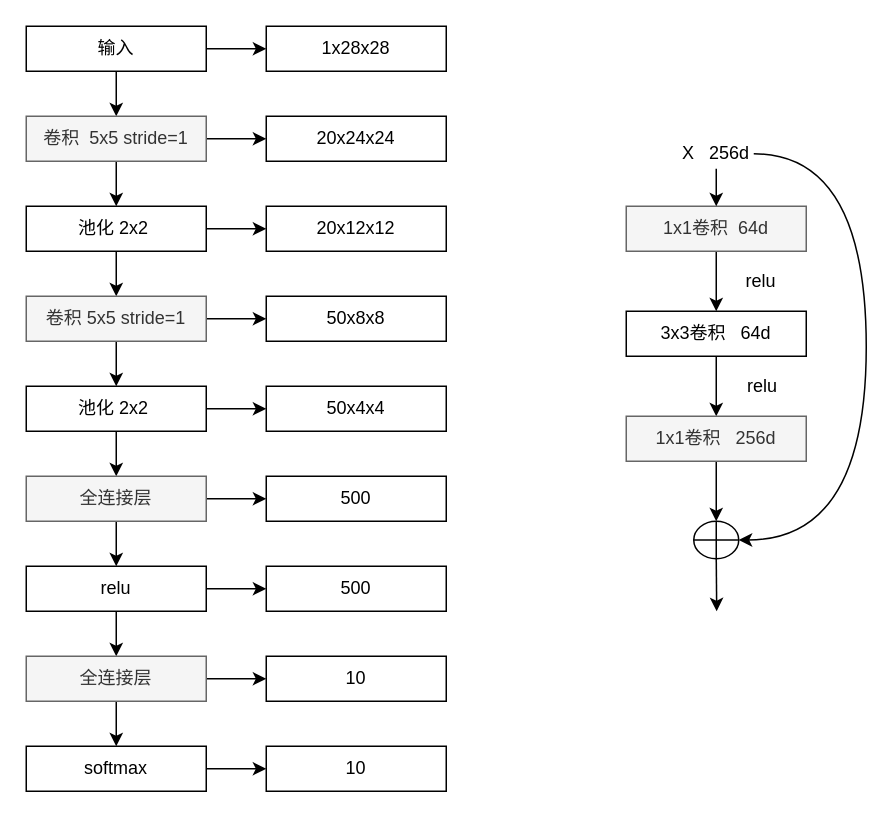
Before: lenet5 and bottlenet block.drawio in Arctanxy/-, a draw.io diagram. Source tidied: cells renumbered, new cells numbered last; positions are measured from the earlier drawing's top-left corner, leaving out a move shared by most shapes. Both pictures are drawn from the tidied source at 150%, with x=0, y=0 at pixel (26, 26).
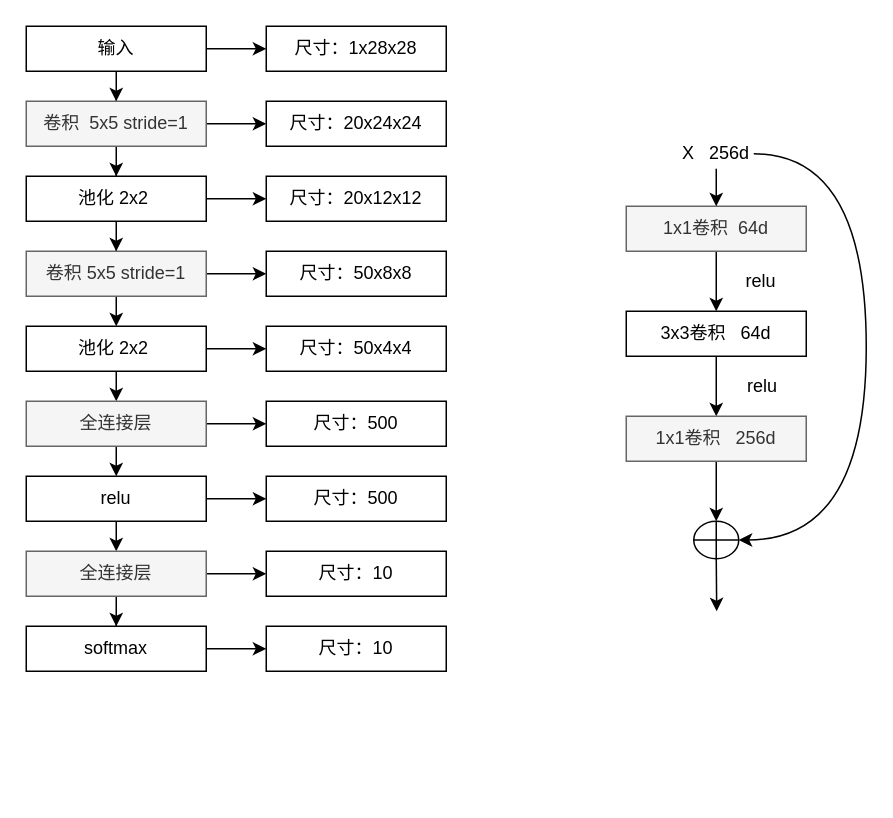
The same page after the edit.

What changed in the source:
```diff
@@
-    <mxCell id="5" value="1x28x28" style="rounded=0;whiteSpace=wrap;html=1;" parent="1" vertex="1">
+    <mxCell id="5" value="尺寸：1x28x28" style="rounded=0;whiteSpace=wrap;html=1;" parent="1" vertex="1">
       <mxGeometry x="160" width="120" height="30" as="geometry" />
     </mxCell>
@@
     <mxCell id="8" value="卷积&amp;nbsp; 5x5 stride=1" style="rounded=0;whiteSpace=wrap;html=1;fillColor=#f5f5f5;strokeColor=#666666;fontColor=#333333;" parent="1" vertex="1">
-      <mxGeometry y="60" width="120" height="30" as="geometry" />
+      <mxGeometry y="50" width="120" height="30" as="geometry" />
     </mxCell>
-    <mxCell id="9" value="20x24x24" style="rounded=0;whiteSpace=wrap;html=1;" parent="1" vertex="1">
-      <mxGeometry x="160" y="60" width="120" height="30" as="geometry" />
+    <mxCell id="9" value="尺寸：20x24x24" style="rounded=0;whiteSpace=wrap;html=1;" parent="1" vertex="1">
+      <mxGeometry x="160" y="50" width="120" height="30" as="geometry" />
     </mxCell>
@@
     <mxCell id="12" value="池化 2x2&amp;nbsp;" style="rounded=0;whiteSpace=wrap;html=1;" parent="1" vertex="1">
-      <mxGeometry y="120" width="120" height="30" as="geometry" />
+      <mxGeometry y="100" width="120" height="30" as="geometry" />
     </mxCell>
-    <mxCell id="13" value="20x12x12" style="rounded=0;whiteSpace=wrap;html=1;" parent="1" vertex="1">
-      <mxGeometry x="160" y="120" width="120" height="30" as="geometry" />
+    <mxCell id="13" value="尺寸：20x12x12" style="rounded=0;whiteSpace=wrap;html=1;" parent="1" vertex="1">
+      <mxGeometry x="160" y="100" width="120" height="30" as="geometry" />
     </mxCell>
@@
     <mxCell id="16" value="卷积&amp;nbsp;5x5 stride=1" style="rounded=0;whiteSpace=wrap;html=1;fillColor=#f5f5f5;strokeColor=#666666;fontColor=#333333;" parent="1" vertex="1">
-      <mxGeometry y="180" width="120" height="30" as="geometry" />
+      <mxGeometry y="150" width="120" height="30" as="geometry" />
     </mxCell>
-    <mxCell id="17" value="50x8x8" style="rounded=0;whiteSpace=wrap;html=1;" parent="1" vertex="1">
-      <mxGeometry x="160" y="180" width="120" height="30" as="geometry" />
+    <mxCell id="17" value="尺寸：50x8x8" style="rounded=0;whiteSpace=wrap;html=1;" parent="1" vertex="1">
+      <mxGeometry x="160" y="150" width="120" height="30" as="geometry" />
     </mxCell>
@@
     <mxCell id="20" value="池化 2x2&amp;nbsp;" style="rounded=0;whiteSpace=wrap;html=1;" parent="1" vertex="1">
-      <mxGeometry y="240" width="120" height="30" as="geometry" />
+      <mxGeometry y="200" width="120" height="30" as="geometry" />
     </mxCell>
-    <mxCell id="21" value="50x4x4" style="rounded=0;whiteSpace=wrap;html=1;" parent="1" vertex="1">
-      <mxGeometry x="160" y="240" width="120" height="30" as="geometry" />
+    <mxCell id="21" value="尺寸：50x4x4" style="rounded=0;whiteSpace=wrap;html=1;" parent="1" vertex="1">
+      <mxGeometry x="160" y="200" width="120" height="30" as="geometry" />
     </mxCell>
@@
     <mxCell id="24" value="全连接层" style="rounded=0;whiteSpace=wrap;html=1;fillColor=#f5f5f5;strokeColor=#666666;fontColor=#333333;" parent="1" vertex="1">
-      <mxGeometry y="300" width="120" height="30" as="geometry" />
+      <mxGeometry y="250" width="120" height="30" as="geometry" />
     </mxCell>
-    <mxCell id="25" value="500" style="rounded=0;whiteSpace=wrap;html=1;" parent="1" vertex="1">
-      <mxGeometry x="160" y="300" width="120" height="30" as="geometry" />
+    <mxCell id="25" value="尺寸：500" style="rounded=0;whiteSpace=wrap;html=1;" parent="1" vertex="1">
+      <mxGeometry x="160" y="250" width="120" height="30" as="geometry" />
     </mxCell>
@@
     <mxCell id="28" value="relu" style="rounded=0;whiteSpace=wrap;html=1;" parent="1" vertex="1">
-      <mxGeometry y="360" width="120" height="30" as="geometry" />
+      <mxGeometry y="300" width="120" height="30" as="geometry" />
     </mxCell>
-    <mxCell id="29" value="500" style="rounded=0;whiteSpace=wrap;html=1;" parent="1" vertex="1">
-      <mxGeometry x="160" y="360" width="120" height="30" as="geometry" />
+    <mxCell id="29" value="尺寸：500" style="rounded=0;whiteSpace=wrap;html=1;" parent="1" vertex="1">
+      <mxGeometry x="160" y="300" width="120" height="30" as="geometry" />
     </mxCell>
-    <mxCell id="30" style="edgeStyle=orthogonalEdgeStyle;rounded=0;jettySize=auto;html=1;" parent="1" edge="1" source="32" target="35">
+    <mxCell id="30" style="edgeStyle=orthogonalEdgeStyle;rounded=0;jettySize=auto;html=1;entryX=0.5;entryY=0;entryDx=0;entryDy=0;" parent="1" edge="1" source="32" target="35">
       <mxGeometry relative="1" as="geometry" />
     </mxCell>
@@
     <mxCell id="32" value="全连接层" style="rounded=0;whiteSpace=wrap;html=1;fillColor=#f5f5f5;strokeColor=#666666;fontColor=#333333;" parent="1" vertex="1">
-      <mxGeometry y="420" width="120" height="30" as="geometry" />
+      <mxGeometry y="350" width="120" height="30" as="geometry" />
     </mxCell>
-    <mxCell id="33" value="10" style="rounded=0;whiteSpace=wrap;html=1;" parent="1" vertex="1">
-      <mxGeometry x="160" y="420" width="120" height="30" as="geometry" />
+    <mxCell id="33" value="尺寸：10" style="rounded=0;whiteSpace=wrap;html=1;" parent="1" vertex="1">
+      <mxGeometry x="160" y="350" width="120" height="30" as="geometry" />
     </mxCell>
@@
     <mxCell id="35" value="softmax" style="rounded=0;whiteSpace=wrap;html=1;" parent="1" vertex="1">
-      <mxGeometry y="480" width="120" height="30" as="geometry" />
+      <mxGeometry y="400" width="120" height="30" as="geometry" />
     </mxCell>
-    <mxCell id="36" value="10" style="rounded=0;whiteSpace=wrap;html=1;" parent="1" vertex="1">
-      <mxGeometry x="160" y="480" width="120" height="30" as="geometry" />
+    <mxCell id="36" value="尺寸：10" style="rounded=0;whiteSpace=wrap;html=1;" parent="1" vertex="1">
+      <mxGeometry x="160" y="400" width="120" height="30" as="geometry" />
     </mxCell>
```
